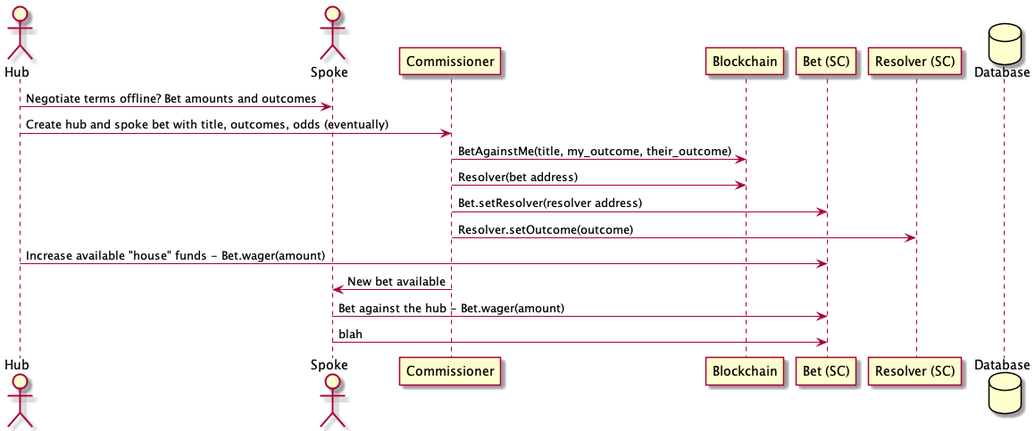
adhurjaty/prediction-app keeps this PlantUML diagram as docs/Diagrams/out/UserStories/Hub and Spoke Bet.png. Above is the earlier version.
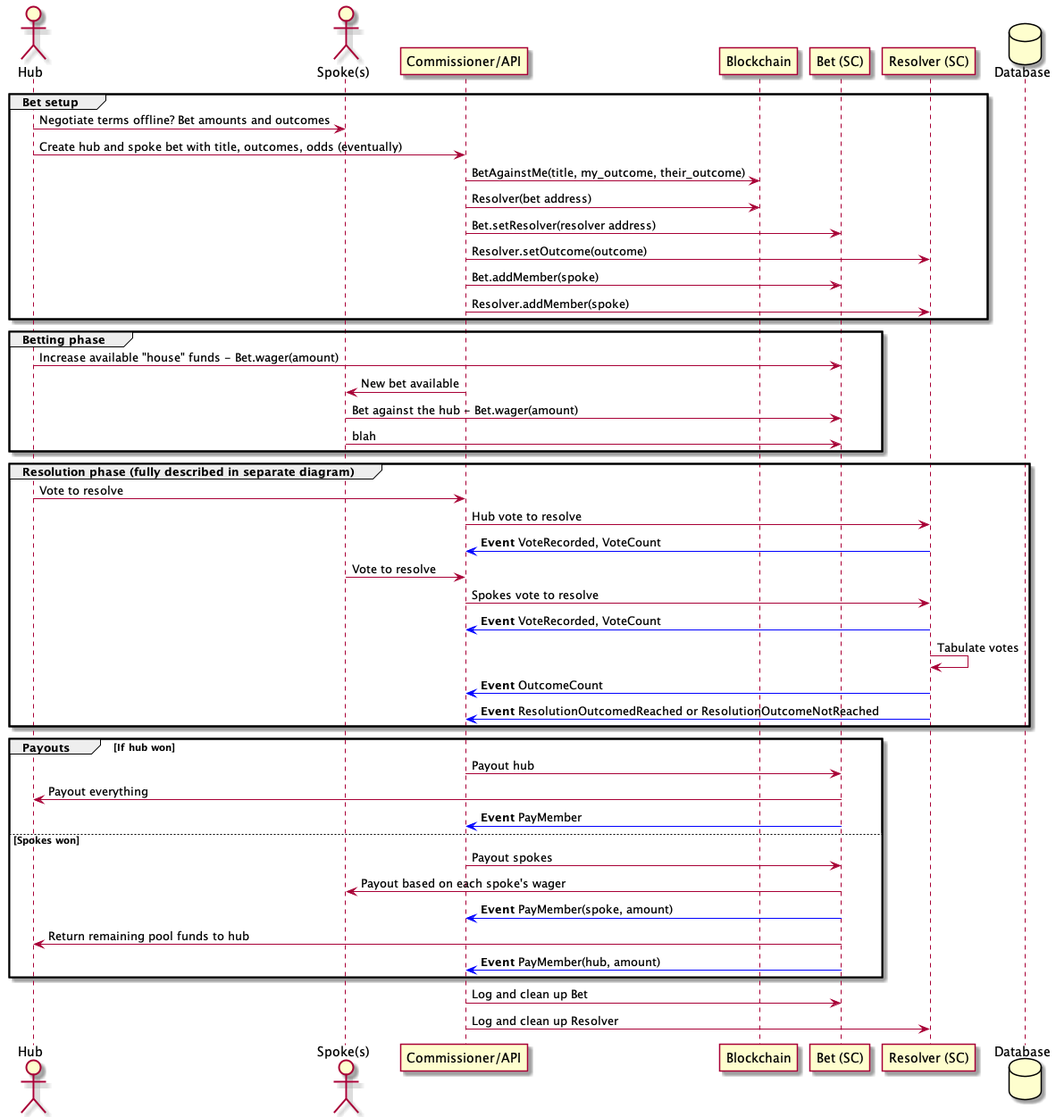
The same diagram one commit later.

Commit message:
Changes to implement BetAgainstMe

Diff of the diagram source:
```diff
@@ -1,23 +1,57 @@
 @startuml Hub and Spoke Bet
 
 actor Hub as hub
-actor Spoke as spoke
-participant Commissioner as backend
+actor "Spoke(s)" as spoke
+participant "Commissioner/API" as backend
 participant Blockchain as bc
 participant "Bet (SC)" as bet
 participant "Resolver (SC)" as resolver
 database Database as db
 
-hub -> spoke : Negotiate terms offline? Bet amounts and outcomes
-hub -> backend : Create hub and spoke bet with title, outcomes, odds (eventually)
-backend -> bc : BetAgainstMe(title, my_outcome, their_outcome)
-backend -> bc : Resolver(bet address)
-backend -> bet : Bet.setResolver(resolver address)
-backend -> resolver : Resolver.setOutcome(outcome)
+group Bet setup
+    hub -> spoke : Negotiate terms offline? Bet amounts and outcomes
+    hub -> backend : Create hub and spoke bet with title, outcomes, odds (eventually)
+    backend -> bc : BetAgainstMe(title, my_outcome, their_outcome)
+    backend -> bc : Resolver(bet address)
+    backend -> bet : Bet.setResolver(resolver address)
+    backend -> resolver : Resolver.setOutcome(outcome)
+    backend -> bet : Bet.addMember(spoke)
+    backend -> resolver : Resolver.addMember(spoke)
+end
 
-hub -> bet : Increase available "house" funds - Bet.wager(amount)
-backend -> spoke : New bet available
-spoke -> bet : Bet against the hub - Bet.wager(amount)
-spoke -> bet : blah
+group Betting phase
+    hub -> bet : Increase available "house" funds - Bet.wager(amount)
+    backend -> spoke : New bet available
+    spoke -> bet : Bet against the hub - Bet.wager(amount)
+    spoke -> bet : blah
+end
+
+group Resolution phase (fully described in separate diagram)
+    hub -> backend : Vote to resolve
+    backend -> resolver : Hub vote to resolve
+    resolver -[#blue]> backend : <b>Event</b> VoteRecorded, VoteCount
+    spoke -> backend : Vote to resolve
+    backend -> resolver : Spokes vote to resolve
+    resolver -[#blue]> backend : <b>Event</b> VoteRecorded, VoteCount
+
+    resolver -> resolver : Tabulate votes
+    resolver -[#blue]> backend : <b>Event</b> OutcomeCount
+    resolver -[#blue]> backend : <b>Event</b> ResolutionOutcomedReached or ResolutionOutcomeNotReached
+end
+
+group Payouts [If hub won]
+    backend -> bet : Payout hub
+    bet -> hub : Payout everything
+    bet -[#blue]> backend : <b>Event</b> PayMember
+else Spokes won
+    backend -> bet : Payout spokes
+    bet -> spoke : Payout based on each spoke's wager
+    bet -[#blue]> backend : <b>Event</b> PayMember(spoke, amount)
+    bet -> hub : Return remaining pool funds to hub
+    bet -[#blue]> backend : <b>Event</b> PayMember(hub, amount)
+end
+
+backend -> bet : Log and clean up Bet
+backend -> resolver : Log and clean up Resolver
 
 @enduml
```
